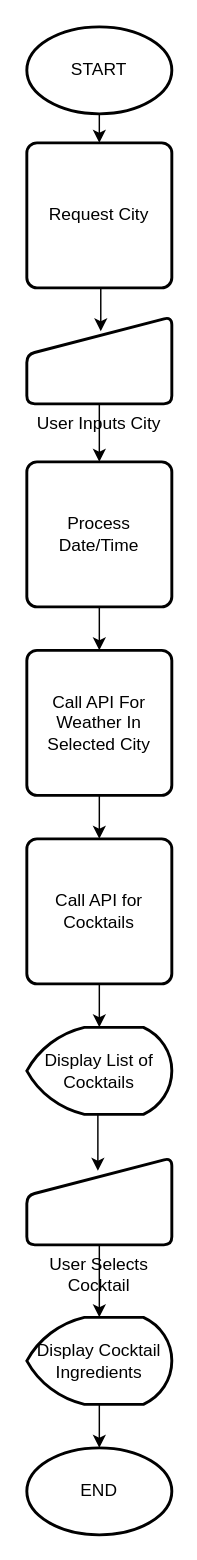
Before: Copy of Let The Evening BeGin Flowchart.drawio in mbdavis313/mbdavis313.github.io, a draw.io diagram. Source tidied: cells renumbered, new cells numbered last; positions are measured from the earlier drawing's top-left corner, leaving out a move shared by most shapes. Both pictures are drawn from the tidied source at 145%, with x=0, y=0 at pixel (26, 26).
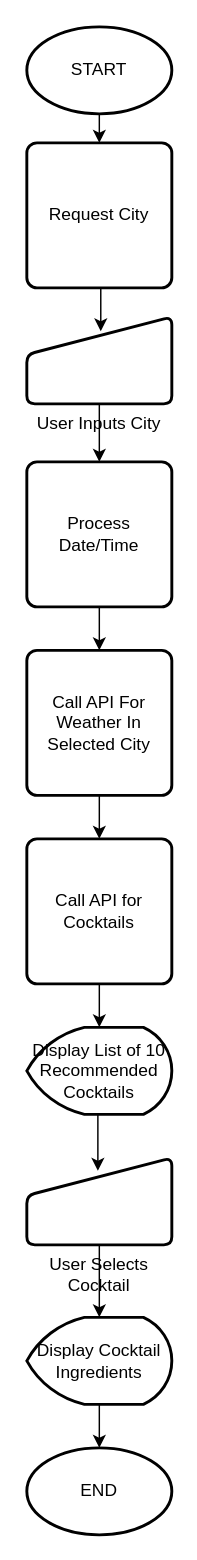
After the change.

The edit, as a diff of the source:
```diff
@@
-    <mxCell id="9" value="Display List of Cocktails" style="strokeWidth=2;html=1;shape=mxgraph.flowchart.display;whiteSpace=wrap;" parent="1" vertex="1">
+    <mxCell id="9" value="Display List of 10 Recommended Cocktails" style="strokeWidth=2;html=1;shape=mxgraph.flowchart.display;whiteSpace=wrap;" parent="1" vertex="1">
       <mxGeometry y="690" width="100" height="60" as="geometry" />
     </mxCell>
```
